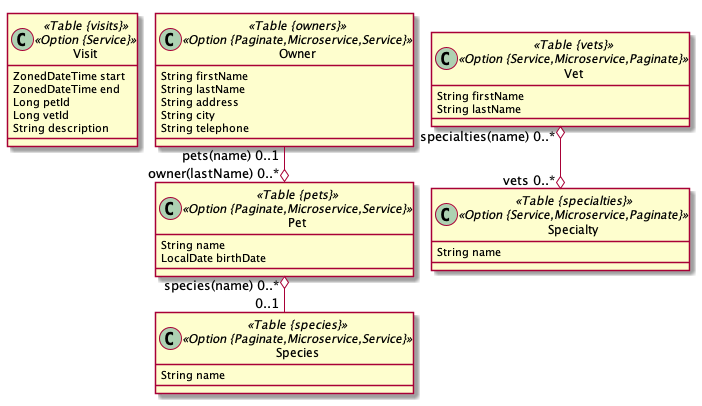
This is jhpetclinicmsa.png from terrytompkins/JHPetClinicMSA, a PlantUML export, as it was before one commit.
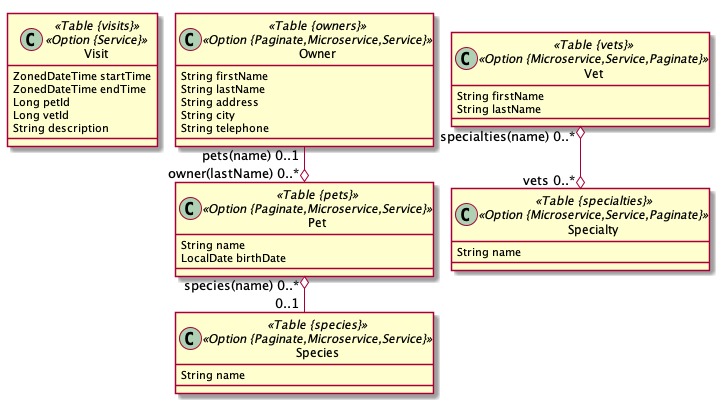
After the commit.

What changed in the source:
```diff
@@ -2,8 +2,8 @@
 	!pragma layout smetana
 	!pragma syntax class
 	class Visit <<Table {visits}>><<Option {Service}>> {
-		ZonedDateTime start
-		ZonedDateTime end
+		ZonedDateTime startTime
+		ZonedDateTime endTime
 		Long petId
 		Long vetId
 		String description
@@ -24,10 +24,10 @@
 	}
 	Owner  "pets(name) 0..1 " --o "owner(lastName) 0..* "  Pet
 	Pet  "species(name) 0..* " o-- "0..1 "  Species
-	class Specialty <<Table {specialties}>><<Option {Service,Microservice,Paginate}>> {
+	class Specialty <<Table {specialties}>><<Option {Microservice,Service,Paginate}>> {
 		String name
 	}
-	class Vet <<Table {vets}>><<Option {Service,Microservice,Paginate}>> {
+	class Vet <<Table {vets}>><<Option {Microservice,Service,Paginate}>> {
 		String firstName
 		String lastName
 	}
```
